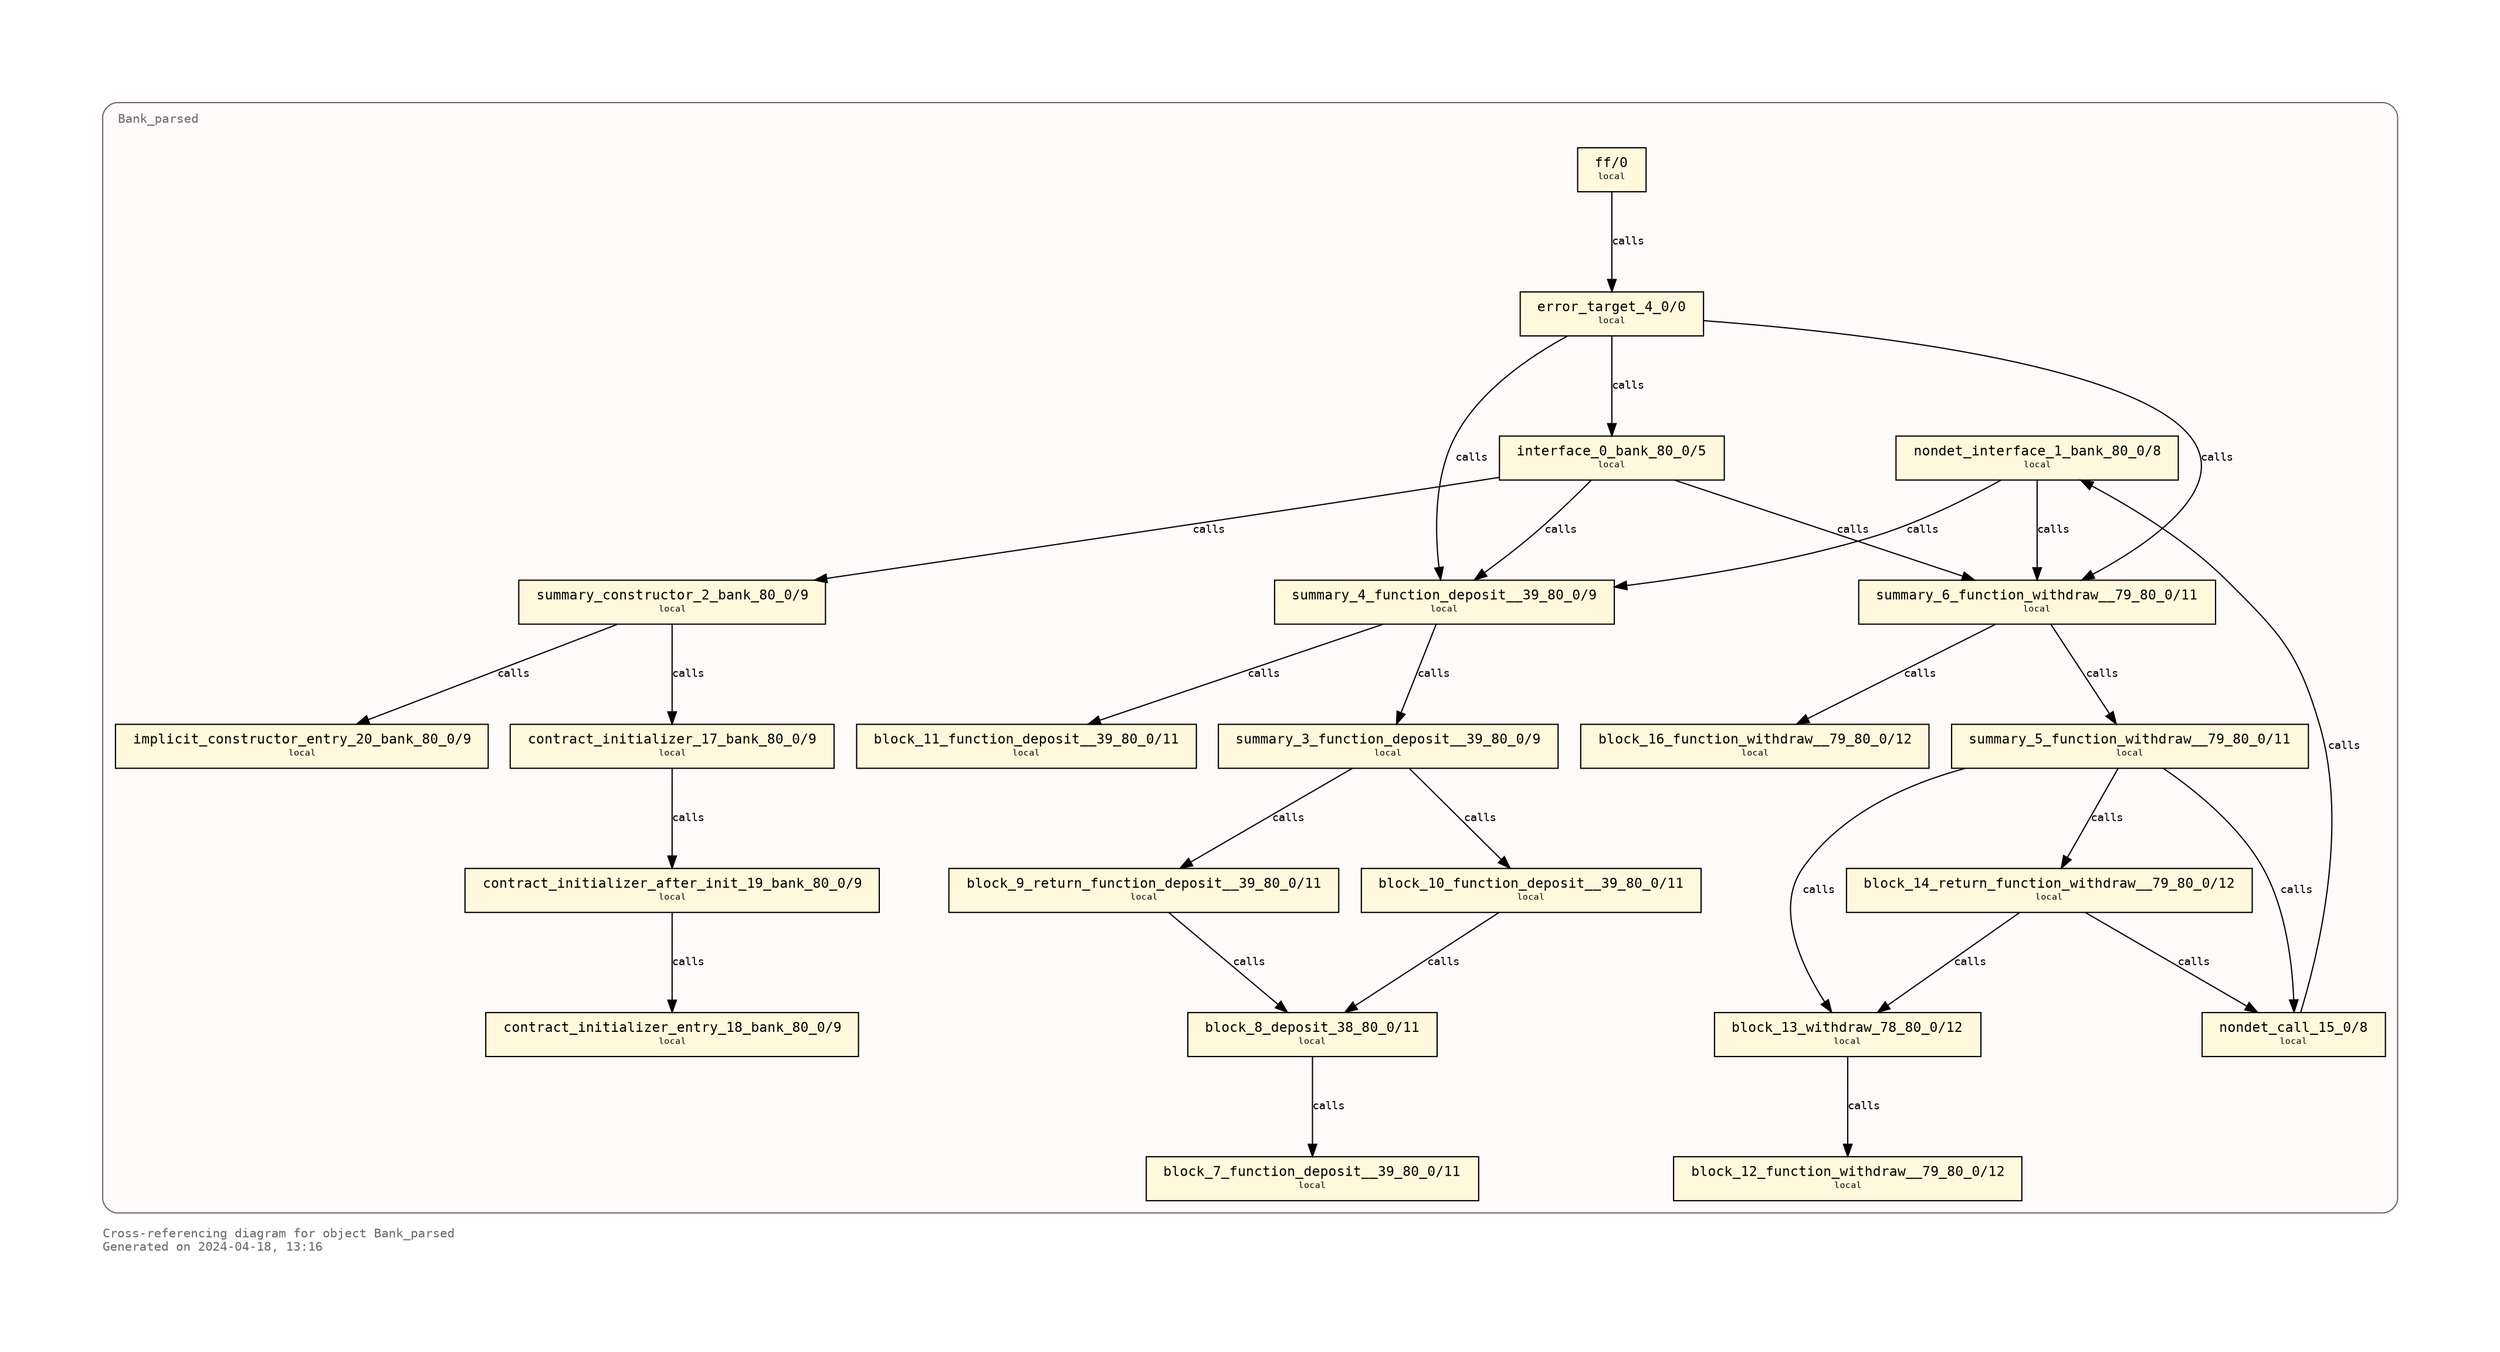
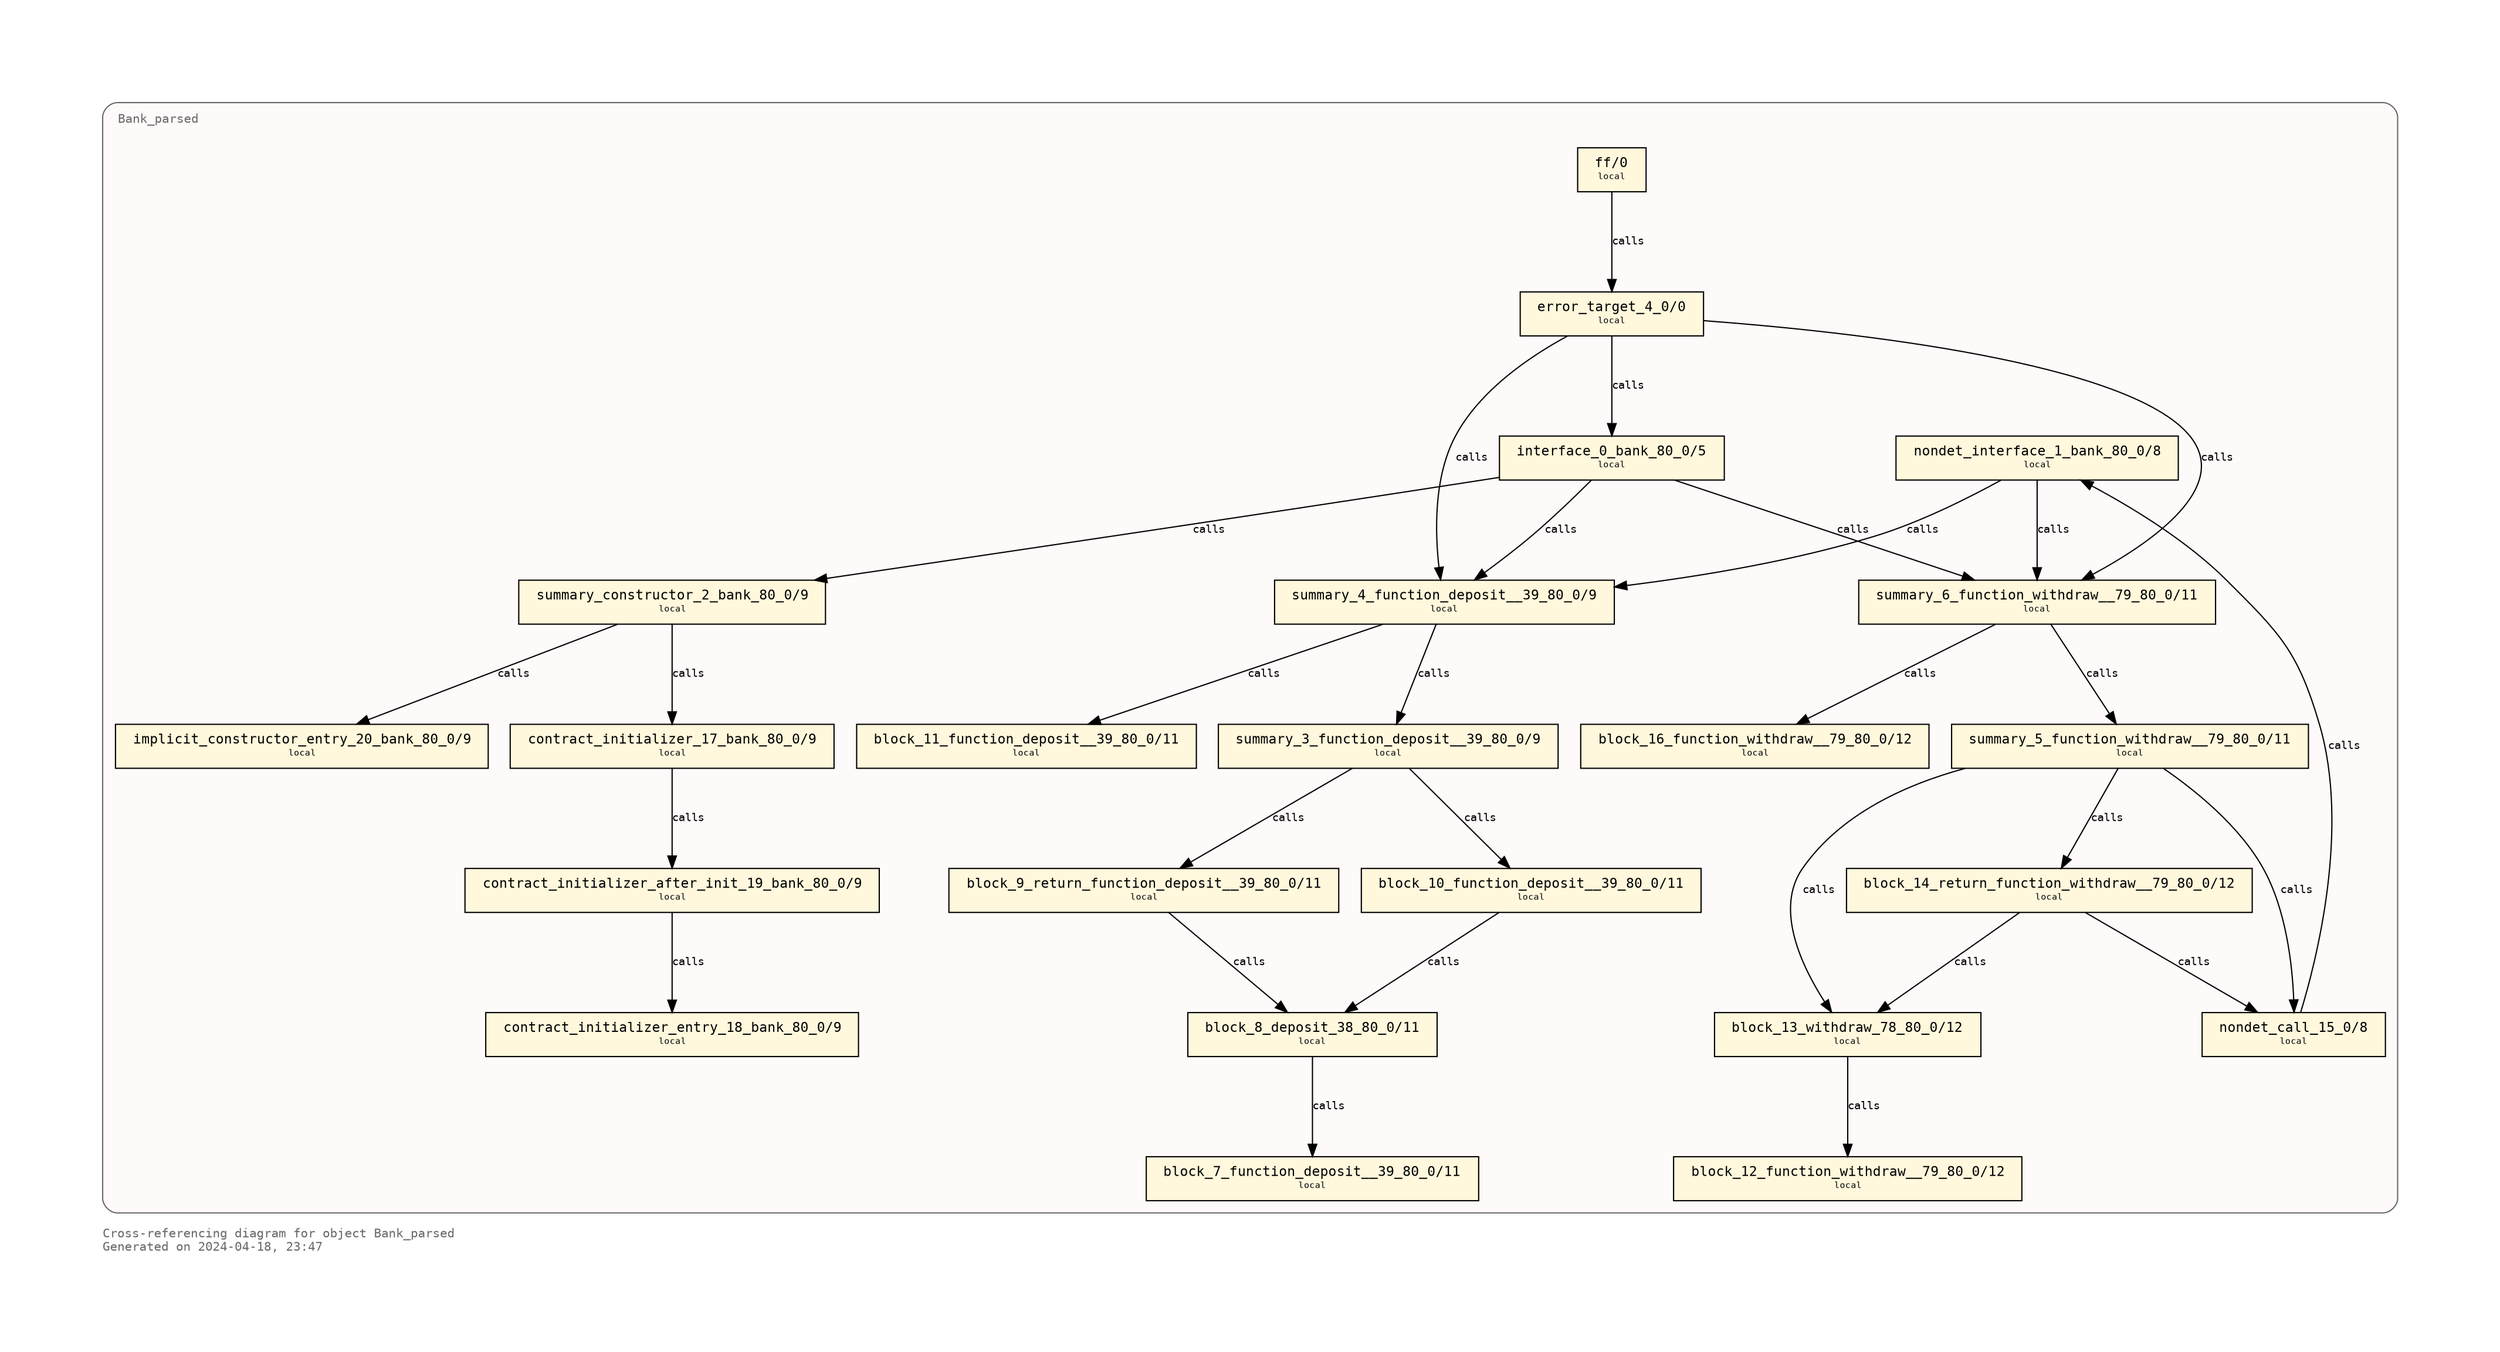
digraph "Bank_parsed_object" {
rankdir="TB"
ranksep="1.0"
compound="true"
splines="true"
clusterrank="local"
labeljust="l"
margin="1.0"
fontname="Monospace"
fontsize="10"
fontcolor="dimgray"
pencolor="dimgray"
stylesheet="diagrams.css"
node [shape="ellipse",style="filled",fillcolor="white",fontname="Monospace",fontsize="9"]
edge [fontname="Monospace",fontsize="9"]
- label="Cross-referencing diagram for object Bank_parsed\lGenerated on 2024-04-18, 13:16\l"
+ label="Cross-referencing diagram for object Bank_parsed\lGenerated on 2024-04-18, 23:47\l"

subgraph "cluster_Bank_parsed_object" {
bgcolor="snow"
style="rounded"
margin="10"
label=<<TABLE border="0" cellborder="0"><TR><TD tooltip="GITHUB/SmartContractToGraph/Bank_parsed.pl">Bank_parsed</TD></TR></TABLE>>
tooltip="GITHUB/SmartContractToGraph/Bank_parsed.pl"
"nondet_interface_1_bank_80_0/8" [shape="box",tooltip="GITHUB/SmartContractToGraph/Bank_parsed.pl",style="filled",fillcolor="cornsilk",label=<<TABLE border="0" cellborder="0" cellspacing="0" cellpadding="0"><TR><TD> </TD><TD><FONT POINT-SIZE="11">nondet_interface_1_bank_80_0/8</FONT></TD><TD> </TD></TR><TR><TD> </TD><TD><FONT POINT-SIZE="7">local</FONT></TD><TD> </TD></TR></TABLE>>]
"block_7_function_deposit__39_80_0/11" [shape="box",tooltip="GITHUB/SmartContractToGraph/Bank_parsed.pl",style="filled",fillcolor="cornsilk",label=<<TABLE border="0" cellborder="0" cellspacing="0" cellpadding="0"><TR><TD> </TD><TD><FONT POINT-SIZE="11">block_7_function_deposit__39_80_0/11</FONT></TD><TD> </TD></TR><TR><TD> </TD><TD><FONT POINT-SIZE="7">local</FONT></TD><TD> </TD></TR></TABLE>>]
"block_8_deposit_38_80_0/11" [shape="box",tooltip="GITHUB/SmartContractToGraph/Bank_parsed.pl",style="filled",fillcolor="cornsilk",label=<<TABLE border="0" cellborder="0" cellspacing="0" cellpadding="0"><TR><TD> </TD><TD><FONT POINT-SIZE="11">block_8_deposit_38_80_0/11</FONT></TD><TD> </TD></TR><TR><TD> </TD><TD><FONT POINT-SIZE="7">local</FONT></TD><TD> </TD></TR></TABLE>>]
"block_10_function_deposit__39_80_0/11" [shape="box",tooltip="GITHUB/SmartContractToGraph/Bank_parsed.pl",style="filled",fillcolor="cornsilk",label=<<TABLE border="0" cellborder="0" cellspacing="0" cellpadding="0"><TR><TD> </TD><TD><FONT POINT-SIZE="11">block_10_function_deposit__39_80_0/11</FONT></TD><TD> </TD></TR><TR><TD> </TD><TD><FONT POINT-SIZE="7">local</FONT></TD><TD> </TD></TR></TABLE>>]
"summary_3_function_deposit__39_80_0/9" [shape="box",tooltip="GITHUB/SmartContractToGraph/Bank_parsed.pl",style="filled",fillcolor="cornsilk",label=<<TABLE border="0" cellborder="0" cellspacing="0" cellpadding="0"><TR><TD> </TD><TD><FONT POINT-SIZE="11">summary_3_function_deposit__39_80_0/9</FONT></TD><TD> </TD></TR><TR><TD> </TD><TD><FONT POINT-SIZE="7">local</FONT></TD><TD> </TD></TR></TABLE>>]
"block_9_return_function_deposit__39_80_0/11" [shape="box",tooltip="GITHUB/SmartContractToGraph/Bank_parsed.pl",style="filled",fillcolor="cornsilk",label=<<TABLE border="0" cellborder="0" cellspacing="0" cellpadding="0"><TR><TD> </TD><TD><FONT POINT-SIZE="11">block_9_return_function_deposit__39_80_0/11</FONT></TD><TD> </TD></TR><TR><TD> </TD><TD><FONT POINT-SIZE="7">local</FONT></TD><TD> </TD></TR></TABLE>>]
"block_11_function_deposit__39_80_0/11" [shape="box",tooltip="GITHUB/SmartContractToGraph/Bank_parsed.pl",style="filled",fillcolor="cornsilk",label=<<TABLE border="0" cellborder="0" cellspacing="0" cellpadding="0"><TR><TD> </TD><TD><FONT POINT-SIZE="11">block_11_function_deposit__39_80_0/11</FONT></TD><TD> </TD></TR><TR><TD> </TD><TD><FONT POINT-SIZE="7">local</FONT></TD><TD> </TD></TR></TABLE>>]
"summary_4_function_deposit__39_80_0/9" [shape="box",tooltip="GITHUB/SmartContractToGraph/Bank_parsed.pl",style="filled",fillcolor="cornsilk",label=<<TABLE border="0" cellborder="0" cellspacing="0" cellpadding="0"><TR><TD> </TD><TD><FONT POINT-SIZE="11">summary_4_function_deposit__39_80_0/9</FONT></TD><TD> </TD></TR><TR><TD> </TD><TD><FONT POINT-SIZE="7">local</FONT></TD><TD> </TD></TR></TABLE>>]
"interface_0_bank_80_0/5" [shape="box",tooltip="GITHUB/SmartContractToGraph/Bank_parsed.pl",style="filled",fillcolor="cornsilk",label=<<TABLE border="0" cellborder="0" cellspacing="0" cellpadding="0"><TR><TD> </TD><TD><FONT POINT-SIZE="11">interface_0_bank_80_0/5</FONT></TD><TD> </TD></TR><TR><TD> </TD><TD><FONT POINT-SIZE="7">local</FONT></TD><TD> </TD></TR></TABLE>>]
"block_12_function_withdraw__79_80_0/12" [shape="box",tooltip="GITHUB/SmartContractToGraph/Bank_parsed.pl",style="filled",fillcolor="cornsilk",label=<<TABLE border="0" cellborder="0" cellspacing="0" cellpadding="0"><TR><TD> </TD><TD><FONT POINT-SIZE="11">block_12_function_withdraw__79_80_0/12</FONT></TD><TD> </TD></TR><TR><TD> </TD><TD><FONT POINT-SIZE="7">local</FONT></TD><TD> </TD></TR></TABLE>>]
"block_13_withdraw_78_80_0/12" [shape="box",tooltip="GITHUB/SmartContractToGraph/Bank_parsed.pl",style="filled",fillcolor="cornsilk",label=<<TABLE border="0" cellborder="0" cellspacing="0" cellpadding="0"><TR><TD> </TD><TD><FONT POINT-SIZE="11">block_13_withdraw_78_80_0/12</FONT></TD><TD> </TD></TR><TR><TD> </TD><TD><FONT POINT-SIZE="7">local</FONT></TD><TD> </TD></TR></TABLE>>]
"nondet_call_15_0/8" [shape="box",tooltip="GITHUB/SmartContractToGraph/Bank_parsed.pl",style="filled",fillcolor="cornsilk",label=<<TABLE border="0" cellborder="0" cellspacing="0" cellpadding="0"><TR><TD> </TD><TD><FONT POINT-SIZE="11">nondet_call_15_0/8</FONT></TD><TD> </TD></TR><TR><TD> </TD><TD><FONT POINT-SIZE="7">local</FONT></TD><TD> </TD></TR></TABLE>>]
"summary_5_function_withdraw__79_80_0/11" [shape="box",tooltip="GITHUB/SmartContractToGraph/Bank_parsed.pl",style="filled",fillcolor="cornsilk",label=<<TABLE border="0" cellborder="0" cellspacing="0" cellpadding="0"><TR><TD> </TD><TD><FONT POINT-SIZE="11">summary_5_function_withdraw__79_80_0/11</FONT></TD><TD> </TD></TR><TR><TD> </TD><TD><FONT POINT-SIZE="7">local</FONT></TD><TD> </TD></TR></TABLE>>]
"block_14_return_function_withdraw__79_80_0/12" [shape="box",tooltip="GITHUB/SmartContractToGraph/Bank_parsed.pl",style="filled",fillcolor="cornsilk",label=<<TABLE border="0" cellborder="0" cellspacing="0" cellpadding="0"><TR><TD> </TD><TD><FONT POINT-SIZE="11">block_14_return_function_withdraw__79_80_0/12</FONT></TD><TD> </TD></TR><TR><TD> </TD><TD><FONT POINT-SIZE="7">local</FONT></TD><TD> </TD></TR></TABLE>>]
"block_16_function_withdraw__79_80_0/12" [shape="box",tooltip="GITHUB/SmartContractToGraph/Bank_parsed.pl",style="filled",fillcolor="cornsilk",label=<<TABLE border="0" cellborder="0" cellspacing="0" cellpadding="0"><TR><TD> </TD><TD><FONT POINT-SIZE="11">block_16_function_withdraw__79_80_0/12</FONT></TD><TD> </TD></TR><TR><TD> </TD><TD><FONT POINT-SIZE="7">local</FONT></TD><TD> </TD></TR></TABLE>>]
"summary_6_function_withdraw__79_80_0/11" [shape="box",tooltip="GITHUB/SmartContractToGraph/Bank_parsed.pl",style="filled",fillcolor="cornsilk",label=<<TABLE border="0" cellborder="0" cellspacing="0" cellpadding="0"><TR><TD> </TD><TD><FONT POINT-SIZE="11">summary_6_function_withdraw__79_80_0/11</FONT></TD><TD> </TD></TR><TR><TD> </TD><TD><FONT POINT-SIZE="7">local</FONT></TD><TD> </TD></TR></TABLE>>]
"contract_initializer_entry_18_bank_80_0/9" [shape="box",tooltip="GITHUB/SmartContractToGraph/Bank_parsed.pl",style="filled",fillcolor="cornsilk",label=<<TABLE border="0" cellborder="0" cellspacing="0" cellpadding="0"><TR><TD> </TD><TD><FONT POINT-SIZE="11">contract_initializer_entry_18_bank_80_0/9</FONT></TD><TD> </TD></TR><TR><TD> </TD><TD><FONT POINT-SIZE="7">local</FONT></TD><TD> </TD></TR></TABLE>>]
"contract_initializer_after_init_19_bank_80_0/9" [shape="box",tooltip="GITHUB/SmartContractToGraph/Bank_parsed.pl",style="filled",fillcolor="cornsilk",label=<<TABLE border="0" cellborder="0" cellspacing="0" cellpadding="0"><TR><TD> </TD><TD><FONT POINT-SIZE="11">contract_initializer_after_init_19_bank_80_0/9</FONT></TD><TD> </TD></TR><TR><TD> </TD><TD><FONT POINT-SIZE="7">local</FONT></TD><TD> </TD></TR></TABLE>>]
"contract_initializer_17_bank_80_0/9" [shape="box",tooltip="GITHUB/SmartContractToGraph/Bank_parsed.pl",style="filled",fillcolor="cornsilk",label=<<TABLE border="0" cellborder="0" cellspacing="0" cellpadding="0"><TR><TD> </TD><TD><FONT POINT-SIZE="11">contract_initializer_17_bank_80_0/9</FONT></TD><TD> </TD></TR><TR><TD> </TD><TD><FONT POINT-SIZE="7">local</FONT></TD><TD> </TD></TR></TABLE>>]
"implicit_constructor_entry_20_bank_80_0/9" [shape="box",tooltip="GITHUB/SmartContractToGraph/Bank_parsed.pl",style="filled",fillcolor="cornsilk",label=<<TABLE border="0" cellborder="0" cellspacing="0" cellpadding="0"><TR><TD> </TD><TD><FONT POINT-SIZE="11">implicit_constructor_entry_20_bank_80_0/9</FONT></TD><TD> </TD></TR><TR><TD> </TD><TD><FONT POINT-SIZE="7">local</FONT></TD><TD> </TD></TR></TABLE>>]
"summary_constructor_2_bank_80_0/9" [shape="box",tooltip="GITHUB/SmartContractToGraph/Bank_parsed.pl",style="filled",fillcolor="cornsilk",label=<<TABLE border="0" cellborder="0" cellspacing="0" cellpadding="0"><TR><TD> </TD><TD><FONT POINT-SIZE="11">summary_constructor_2_bank_80_0/9</FONT></TD><TD> </TD></TR><TR><TD> </TD><TD><FONT POINT-SIZE="7">local</FONT></TD><TD> </TD></TR></TABLE>>]
"error_target_4_0/0" [shape="box",tooltip="GITHUB/SmartContractToGraph/Bank_parsed.pl",style="filled",fillcolor="cornsilk",label=<<TABLE border="0" cellborder="0" cellspacing="0" cellpadding="0"><TR><TD> </TD><TD><FONT POINT-SIZE="11">error_target_4_0/0</FONT></TD><TD> </TD></TR><TR><TD> </TD><TD><FONT POINT-SIZE="7">local</FONT></TD><TD> </TD></TR></TABLE>>]
"ff/0" [shape="box",tooltip="GITHUB/SmartContractToGraph/Bank_parsed.pl",style="filled",fillcolor="cornsilk",label=<<TABLE border="0" cellborder="0" cellspacing="0" cellpadding="0"><TR><TD> </TD><TD><FONT POINT-SIZE="11">ff/0</FONT></TD><TD> </TD></TR><TR><TD> </TD><TD><FONT POINT-SIZE="7">local</FONT></TD><TD> </TD></TR></TABLE>>]
"nondet_interface_1_bank_80_0/8" -> "summary_4_function_deposit__39_80_0/9" [arrowhead="normal",labeltooltip="calls",label=<calls>]
"nondet_interface_1_bank_80_0/8" -> "summary_6_function_withdraw__79_80_0/11" [arrowhead="normal",labeltooltip="calls",label=<calls>]
"block_8_deposit_38_80_0/11" -> "block_7_function_deposit__39_80_0/11" [arrowhead="normal",labeltooltip="calls",label=<calls>]
"block_10_function_deposit__39_80_0/11" -> "block_8_deposit_38_80_0/11" [arrowhead="normal",labeltooltip="calls",label=<calls>]
"summary_3_function_deposit__39_80_0/9" -> "block_10_function_deposit__39_80_0/11" [arrowhead="normal",labeltooltip="calls",label=<calls>]
"block_9_return_function_deposit__39_80_0/11" -> "block_8_deposit_38_80_0/11" [arrowhead="normal",labeltooltip="calls",label=<calls>]
"summary_3_function_deposit__39_80_0/9" -> "block_9_return_function_deposit__39_80_0/11" [arrowhead="normal",labeltooltip="calls",label=<calls>]
"summary_4_function_deposit__39_80_0/9" -> "block_11_function_deposit__39_80_0/11" [arrowhead="normal",labeltooltip="calls",label=<calls>]
"summary_4_function_deposit__39_80_0/9" -> "summary_3_function_deposit__39_80_0/9" [arrowhead="normal",labeltooltip="calls",label=<calls>]
"interface_0_bank_80_0/5" -> "summary_4_function_deposit__39_80_0/9" [arrowhead="normal",labeltooltip="calls",label=<calls>]
"block_13_withdraw_78_80_0/12" -> "block_12_function_withdraw__79_80_0/12" [arrowhead="normal",labeltooltip="calls",label=<calls>]
"nondet_call_15_0/8" -> "nondet_interface_1_bank_80_0/8" [arrowhead="normal",labeltooltip="calls",label=<calls>]
"summary_5_function_withdraw__79_80_0/11" -> "block_13_withdraw_78_80_0/12" [arrowhead="normal",labeltooltip="calls",label=<calls>]
"summary_5_function_withdraw__79_80_0/11" -> "nondet_call_15_0/8" [arrowhead="normal",labeltooltip="calls",label=<calls>]
"block_14_return_function_withdraw__79_80_0/12" -> "block_13_withdraw_78_80_0/12" [arrowhead="normal",labeltooltip="calls",label=<calls>]
"block_14_return_function_withdraw__79_80_0/12" -> "nondet_call_15_0/8" [arrowhead="normal",labeltooltip="calls",label=<calls>]
"summary_5_function_withdraw__79_80_0/11" -> "block_14_return_function_withdraw__79_80_0/12" [arrowhead="normal",labeltooltip="calls",label=<calls>]
"summary_6_function_withdraw__79_80_0/11" -> "block_16_function_withdraw__79_80_0/12" [arrowhead="normal",labeltooltip="calls",label=<calls>]
"summary_6_function_withdraw__79_80_0/11" -> "summary_5_function_withdraw__79_80_0/11" [arrowhead="normal",labeltooltip="calls",label=<calls>]
"interface_0_bank_80_0/5" -> "summary_6_function_withdraw__79_80_0/11" [arrowhead="normal",labeltooltip="calls",label=<calls>]
"contract_initializer_after_init_19_bank_80_0/9" -> "contract_initializer_entry_18_bank_80_0/9" [arrowhead="normal",labeltooltip="calls",label=<calls>]
"contract_initializer_17_bank_80_0/9" -> "contract_initializer_after_init_19_bank_80_0/9" [arrowhead="normal",labeltooltip="calls",label=<calls>]
"summary_constructor_2_bank_80_0/9" -> "implicit_constructor_entry_20_bank_80_0/9" [arrowhead="normal",labeltooltip="calls",label=<calls>]
"summary_constructor_2_bank_80_0/9" -> "contract_initializer_17_bank_80_0/9" [arrowhead="normal",labeltooltip="calls",label=<calls>]
"interface_0_bank_80_0/5" -> "summary_constructor_2_bank_80_0/9" [arrowhead="normal",labeltooltip="calls",label=<calls>]
"error_target_4_0/0" -> "summary_4_function_deposit__39_80_0/9" [arrowhead="normal",labeltooltip="calls",label=<calls>]
"error_target_4_0/0" -> "interface_0_bank_80_0/5" [arrowhead="normal",labeltooltip="calls",label=<calls>]
"error_target_4_0/0" -> "summary_6_function_withdraw__79_80_0/11" [arrowhead="normal",labeltooltip="calls",label=<calls>]
"ff/0" -> "error_target_4_0/0" [arrowhead="normal",labeltooltip="calls",label=<calls>]
}

}
